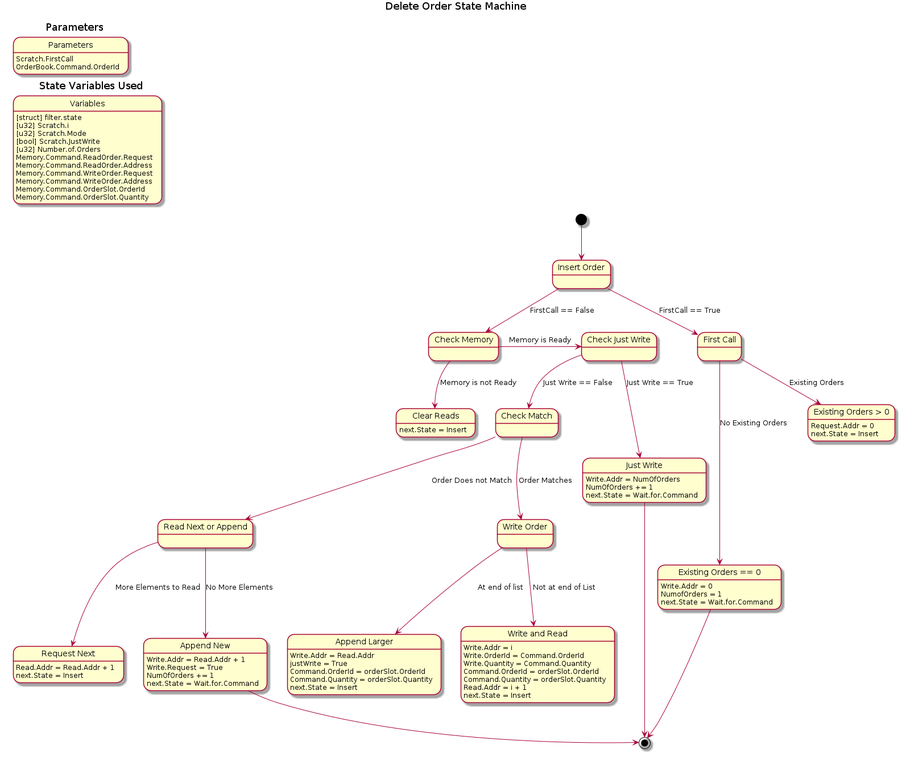
Before: diagrams/out/06_delete_order_state.png, a diagram exported from PlantUML (fpganow/cboe_pitch_lv_fpga). The source it was exported from:
```plantuml
@startuml 06_delete_order_state
hide empty description

title Delete Order State Machine

label DeleteOrder[
{{
    title Parameters
    state "Parameters" as parameters
        parameters: Scratch.FirstCall
        parameters: OrderBook.Command.OrderId
}}

{{
    title State Variables Used
    state "Variables" as variables
        variables: [struct] filter.state
        variables: [u32] Scratch.i
        variables: [u32] Scratch.Mode
        variables: [bool] Scratch.JustWrite
        variables: [u32] Number.of.Orders
        variables: Memory.Command.ReadOrder.Request
        variables: Memory.Command.ReadOrder.Address
        variables: Memory.Command.WriteOrder.Request
        variables: Memory.Command.WriteOrder.Address
        variables: Memory.Command.OrderSlot.OrderId
        variables: Memory.Command.OrderSlot.Quantity
}}

{{

[*] --> insert_order

state "Insert Order" as insert_order

insert_order --> first_call: FirstCall == True

state "First Call" as first_call

state "Existing Orders > 0" as existing_orders_gt_0
    existing_orders_gt_0: Request.Addr = 0
    existing_orders_gt_0: next.State = Insert
state "Existing Orders == 0" as existing_orders_eg_0
    existing_orders_eg_0: Write.Addr = 0
    existing_orders_eg_0: NumofOrders = 1
    existing_orders_eg_0: next.State = Wait.for.Command

first_call --> existing_orders_gt_0: Existing Orders
first_call --> existing_orders_eg_0: No Existing Orders
existing_orders_eg_0 --> [*]

insert_order --> check_memory: FirstCall == False

state "Check Memory" as check_memory

state "Clear Reads" as clear_reads: next.State = Insert
state "Check Just Write" as check_just_write

state "Just Write" as just_write
    just_write: Write.Addr = NumOfOrders
    just_write: NumOfOrders += 1
    just_write: next.State = Wait.for.Command

    check_memory --> clear_reads: Memory is not Ready
    check_memory -> check_just_write: Memory is Ready

    check_just_write --> just_write: Just Write == True
    just_write --> [*]
    check_just_write --> check_match: Just Write == False

state "Check Match" as check_match

state "Write Order" as write_order
state "Write and Read" as write_and_read
    write_and_read: Write.Addr = i
    write_and_read:  Write.OrderId = Command.OrderId
    write_and_read:  Write.Quantity = Command.Quantity
    write_and_read:  Command.OrderId = orderSlot.OrderId
    write_and_read:  Command.Quantity = orderSlot.Quantity
    write_and_read: Read.Addr = i + 1
    write_and_read: next.State = Insert

    state "Append Larger" as append_larger: Write.Addr = Read.Addr
        append_larger: justWrite = True
        append_larger: Command.OrderId = orderSlot.OrderId
        append_larger: Command.Quantity = orderSlot.Quantity
        append_larger: next.State = Insert

    state "Read Next or Append" as read_next
    state "Append New" as append_new: Write.Addr = Read.Addr + 1
        append_new: Write.Request = True
        append_new: NumOfOrders += 1
        append_new: next.State = Wait.for.Command
    state "Request Next" as request_next: Read.Addr = Read.Addr + 1
        request_next: next.State = Insert

check_match --> write_order: Order Matches
write_order --> write_and_read: Not at end of List
write_order --> append_larger: At end of list

check_match --> read_next: Order Does not Match

read_next --> append_new: No More Elements
read_next --> request_next: More Elements to Read


append_new --> [*]

}}
]


@enduml
```
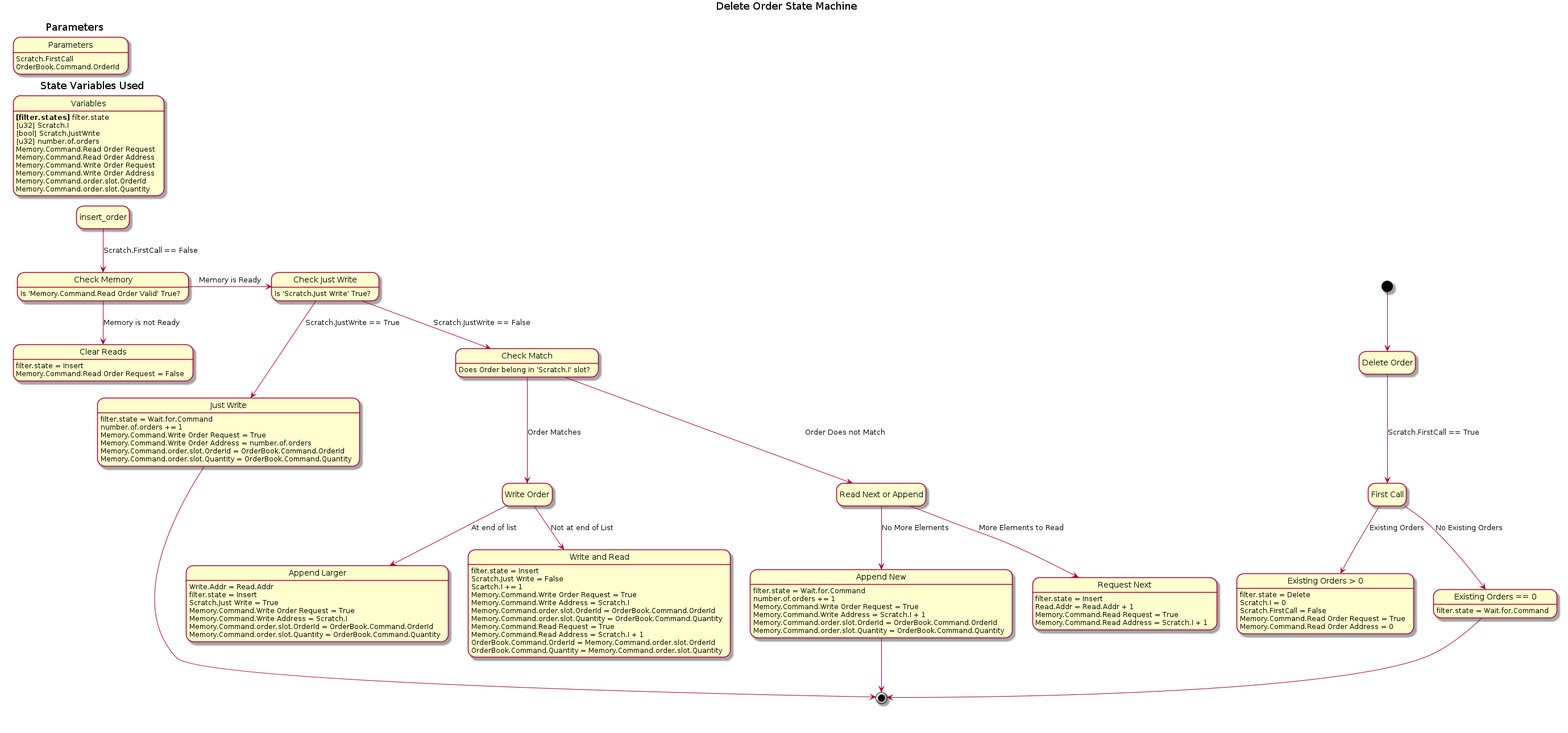
Above is the later version.

What changed in the source:
```diff
@@ -14,85 +14,103 @@
 {{
     title State Variables Used
     state "Variables" as variables
-        variables: [struct] filter.state
-        variables: [u32] Scratch.i
-        variables: [u32] Scratch.Mode
+        variables: **[filter.states]** filter.state
+        variables: [u32] Scratch.I
         variables: [bool] Scratch.JustWrite
-        variables: [u32] Number.of.Orders
-        variables: Memory.Command.ReadOrder.Request
-        variables: Memory.Command.ReadOrder.Address
-        variables: Memory.Command.WriteOrder.Request
-        variables: Memory.Command.WriteOrder.Address
-        variables: Memory.Command.OrderSlot.OrderId
-        variables: Memory.Command.OrderSlot.Quantity
+        variables: [u32] number.of.orders
+        variables: Memory.Command.Read Order Request
+        variables: Memory.Command.Read Order Address
+        variables: Memory.Command.Write Order Request
+        variables: Memory.Command.Write Order Address
+        variables: Memory.Command.order.slot.OrderId
+        variables: Memory.Command.order.slot.Quantity
 }}
 
 {{
+    hide empty description
 
-[*] --> insert_order
+[*] --> delete_order
 
-state "Insert Order" as insert_order
+state "Delete Order" as delete_order
 
-insert_order --> first_call: FirstCall == True
+delete_order --> first_call: Scratch.FirstCall == True
 
 state "First Call" as first_call
 
 state "Existing Orders > 0" as existing_orders_gt_0
-    existing_orders_gt_0: Request.Addr = 0
-    existing_orders_gt_0: next.State = Insert
+    existing_orders_gt_0: filter.state = Delete
+    existing_orders_gt_0: Scratch.I = 0
+    existing_orders_gt_0: Scratch.FirstCall = False
+    existing_orders_gt_0: Memory.Command.Read Order Request = True
+    existing_orders_gt_0: Memory.Command.Read Order Address = 0
 state "Existing Orders == 0" as existing_orders_eg_0
-    existing_orders_eg_0: Write.Addr = 0
-    existing_orders_eg_0: NumofOrders = 1
-    existing_orders_eg_0: next.State = Wait.for.Command
+    existing_orders_eg_0: filter.state = Wait.for.Command
 
 first_call --> existing_orders_gt_0: Existing Orders
 first_call --> existing_orders_eg_0: No Existing Orders
 existing_orders_eg_0 --> [*]
 
-insert_order --> check_memory: FirstCall == False
+insert_order --> check_memory: Scratch.FirstCall == False
 
-state "Check Memory" as check_memory
+state "Check Memory" as check_memory: Is 'Memory.Command.Read Order Valid' True?
 
-state "Clear Reads" as clear_reads: next.State = Insert
-state "Check Just Write" as check_just_write
+state "Clear Reads" as clear_reads: filter.state = Insert
+state "Clear Reads" as clear_reads: Memory.Command.Read Order Request = False
+state "Check Just Write" as check_just_write: Is 'Scratch.Just Write' True?
 
 state "Just Write" as just_write
-    just_write: Write.Addr = NumOfOrders
-    just_write: NumOfOrders += 1
-    just_write: next.State = Wait.for.Command
+    just_write: filter.state = Wait.for.Command
+    just_write: number.of.orders += 1
+    just_write: Memory.Command.Write Order Request = True
+    just_write: Memory.Command.Write Order Address = number.of.orders
+    just_write: Memory.Command.order.slot.OrderId = OrderBook.Command.OrderId
+    just_write: Memory.Command.order.slot.Quantity = OrderBook.Command.Quantity
 
-    check_memory --> clear_reads: Memory is not Ready
-    check_memory -> check_just_write: Memory is Ready
+check_memory --> clear_reads: Memory is not Ready
+check_memory -> check_just_write: Memory is Ready
 
-    check_just_write --> just_write: Just Write == True
-    just_write --> [*]
-    check_just_write --> check_match: Just Write == False
+check_just_write --> just_write: Scratch.JustWrite == True
+just_write --> [*]
+check_just_write --> check_match: Scratch.JustWrite == False
 
-state "Check Match" as check_match
+state "Check Match" as check_match: Does Order belong in 'Scratch.I' slot?
 
 state "Write Order" as write_order
+state "Append Larger" as append_larger: Write.Addr = Read.Addr
+    append_larger: filter.state = Insert
+    append_larger: Scratch.Just Write = True
+    append_larger: Memory.Command.Write Order Request = True
+    append_larger: Memory.Command.Write Address = Scratch.I
+    append_larger: Memory.Command.order.slot.OrderId = OrderBook.Command.OrderId
+    append_larger: Memory.Command.order.slot.Quantity = OrderBook.Command.Quantity
+
 state "Write and Read" as write_and_read
-    write_and_read: Write.Addr = i
-    write_and_read:  Write.OrderId = Command.OrderId
-    write_and_read:  Write.Quantity = Command.Quantity
-    write_and_read:  Command.OrderId = orderSlot.OrderId
-    write_and_read:  Command.Quantity = orderSlot.Quantity
-    write_and_read: Read.Addr = i + 1
-    write_and_read: next.State = Insert
+    write_and_read: filter.state = Insert
+    write_and_read: Scratch.Just Write = False
+    write_and_read: Scartch.I += 1
+    write_and_read: Memory.Command.Write Order Request = True
+    write_and_read: Memory.Command.Write Address = Scratch.I
+    write_and_read: Memory.Command.order.slot.OrderId = OrderBook.Command.OrderId
+    write_and_read: Memory.Command.order.slot.Quantity = OrderBook.Command.Quantity
+    write_and_read: Memory.Command.Read Request = True
+    write_and_read: Memory.Command.Read Address = Scratch.I + 1
+    write_and_read: OrderBook.Command.OrderId = Memory.Command.order.slot.OrderId
+    write_and_read: OrderBook.Command.Quantity = Memory.Command.order.slot.Quantity
 
-    state "Append Larger" as append_larger: Write.Addr = Read.Addr
-        append_larger: justWrite = True
-        append_larger: Command.OrderId = orderSlot.OrderId
-        append_larger: Command.Quantity = orderSlot.Quantity
-        append_larger: next.State = Insert
+state "Read Next or Append" as read_next
+state "Append New" as append_new
+    append_new: filter.state = Wait.for.Command
+    append_new: number.of.orders += 1
+    append_new: Memory.Command.Write Order Request = True
+    append_new: Memory.Command.Write Address = Scratch.I + 1
+    append_new: Memory.Command.order.slot.OrderId = OrderBook.Command.OrderId
+    append_new: Memory.Command.order.slot.Quantity = OrderBook.Command.Quantity
 
-    state "Read Next or Append" as read_next
-    state "Append New" as append_new: Write.Addr = Read.Addr + 1
-        append_new: Write.Request = True
-        append_new: NumOfOrders += 1
-        append_new: next.State = Wait.for.Command
-    state "Request Next" as request_next: Read.Addr = Read.Addr + 1
-        request_next: next.State = Insert
+state "Request Next" as request_next
+    request_next: filter.state = Insert
+    request_next: Read.Addr = Read.Addr + 1
+    request_next: Memory.Command.Read Request = True
+    request_next: Memory.Command.Read Address = Scratch.I + 1
 
 check_match --> write_order: Order Matches
 write_order --> write_and_read: Not at end of List
@@ -109,5 +127,4 @@
 }}
 ]
 
-
 @enduml
```
